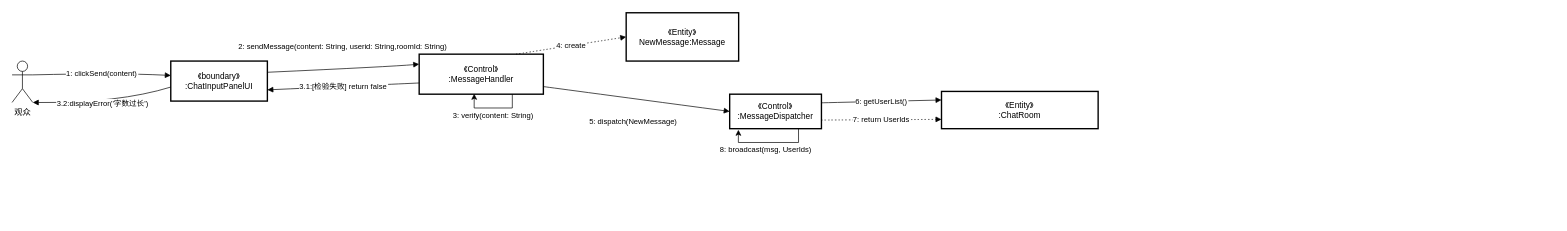
The draw.io diagram docLiu/参与互动-发送消息通信图.drawio in Danny8yo/online-private-movie-house, before the edit. Source tidied: cells renumbered, new cells numbered last; positions are measured from the earlier drawing's top-left corner, leaving out a move shared by most shapes. Both pictures are drawn from the tidied source at 69%, with x=0, y=0 at pixel (12, 12).
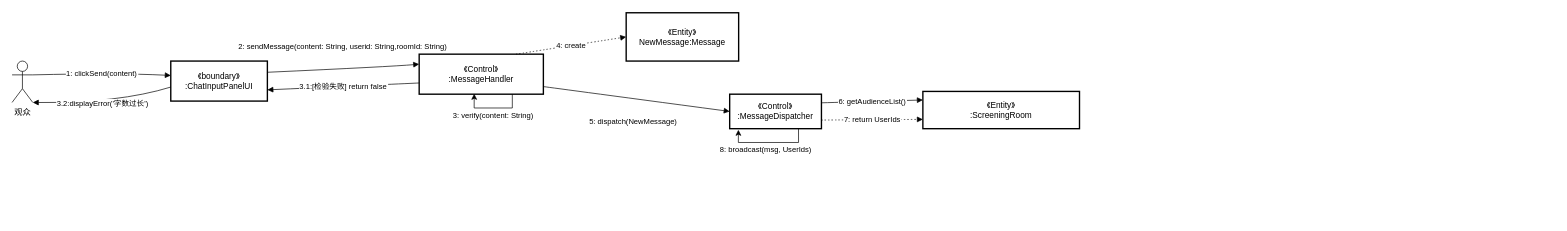
After the change.

Unchanged cells that the change refers to:
```xml
<mxCell id="5" value="《Control》&#10;:MessageDispatcher" style="whiteSpace=wrap;strokeWidth=2;" parent="1" vertex="1">
  <mxGeometry x="1040" y="118" width="133" height="50" as="geometry" />
</mxCell>
```

Diff of the diagram source:
```diff
@@
-    <mxCell id="6" value="《Entity》&#10;:ChatRoom" style="whiteSpace=wrap;strokeWidth=2;" parent="1" vertex="1">
-      <mxGeometry x="1347" y="114" width="227" height="54" as="geometry" />
+    <mxCell id="6" value="《Entity》&#10;:ScreeningRoom" style="whiteSpace=wrap;strokeWidth=2;" parent="1" vertex="1">
+      <mxGeometry x="1320" y="114" width="227" height="54" as="geometry" />
     </mxCell>
@@
-    <mxCell id="17" value="6: getUserList()" style="curved=1;startArrow=none;endArrow=block;exitX=1;exitY=0.25;entryX=0;entryY=0.23;rounded=0;exitDx=0;exitDy=0;" parent="1" edge="1" source="5" target="6">
+    <mxCell id="17" value="6: getAudienceList()" style="curved=1;startArrow=none;endArrow=block;exitX=1;exitY=0.25;entryX=0;entryY=0.23;rounded=0;exitDx=0;exitDy=0;" parent="1" edge="1" source="5" target="6">
       <mxGeometry relative="1" as="geometry" />
     </mxCell>
```
